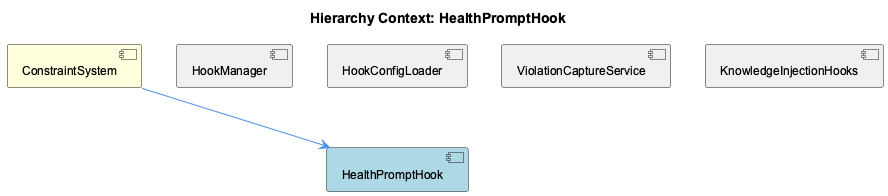
fwornle/coding keeps this PlantUML diagram as knowledge-management/insights/images/health-prompt-hook-relationship.png. Above is the earlier version.
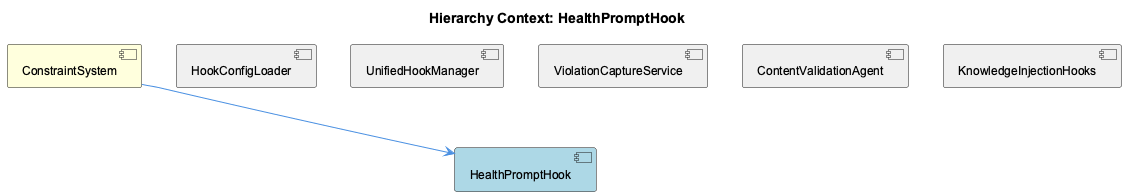
After the commit.

The edit, as a diff of the source:
```diff
@@ -5,15 +5,17 @@
 
 [ConstraintSystem] as constraint_system #FFFFDD
 [HealthPromptHook] as health_prompt_hook #LightBlue
-[HookManager] as hook_manager #F0F0F0
 [HookConfigLoader] as hook_config_loader #F0F0F0
+[UnifiedHookManager] as unified_hook_manager #F0F0F0
 [ViolationCaptureService] as violation_capture_service #F0F0F0
+[ContentValidationAgent] as content_validation_agent #F0F0F0
 [KnowledgeInjectionHooks] as knowledge_injection_hooks #F0F0F0
 
 constraint_system --> health_prompt_hook
-hook_manager -[hidden]- health_prompt_hook
 hook_config_loader -[hidden]- health_prompt_hook
+unified_hook_manager -[hidden]- health_prompt_hook
 violation_capture_service -[hidden]- health_prompt_hook
+content_validation_agent -[hidden]- health_prompt_hook
 knowledge_injection_hooks -[hidden]- health_prompt_hook
 
 @enduml
```
